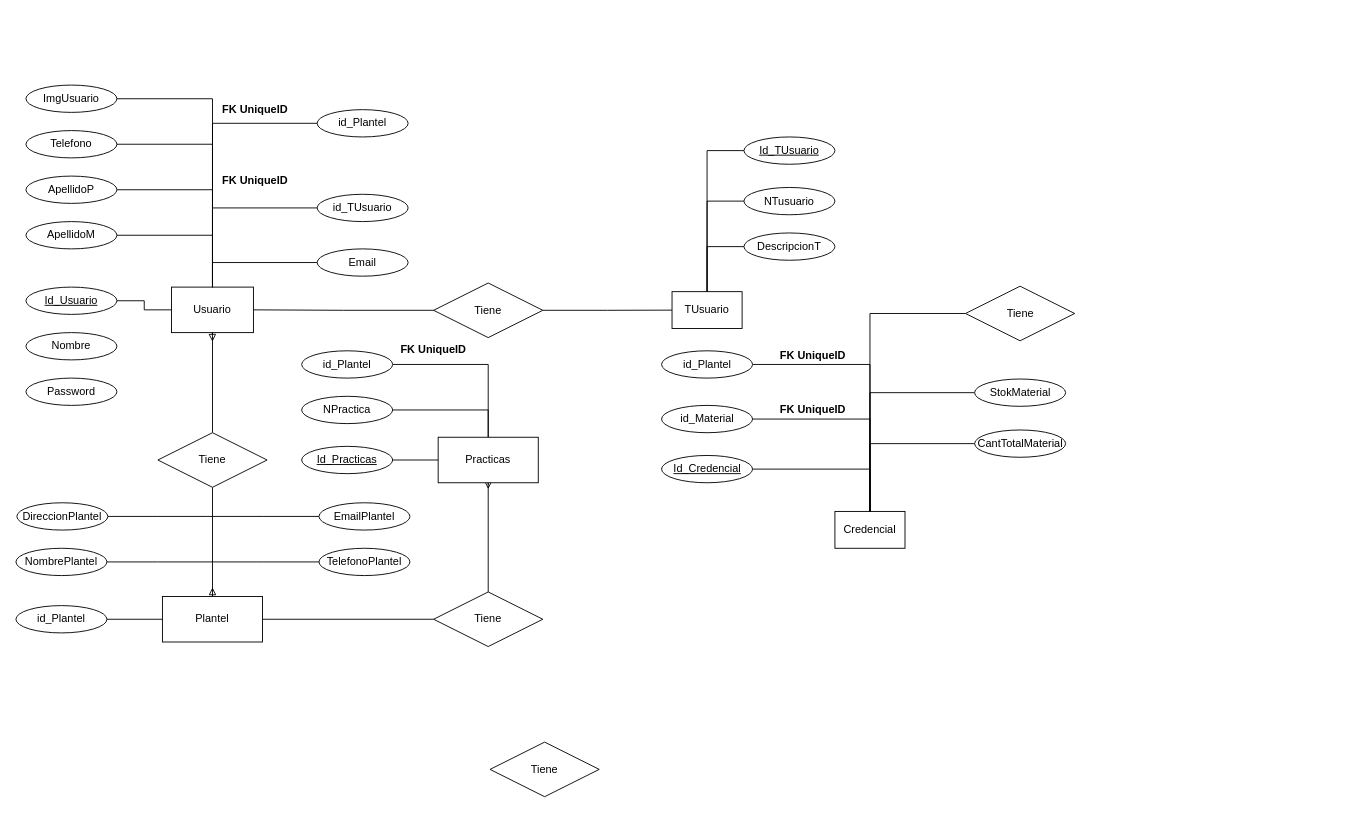
This is NewProyectoBD.drawio from edpedraza-epl/ProyectoDB, a draw.io file, before an edit. Source tidied: cells renumbered, new cells numbered last; positions are measured from the earlier drawing's top-left corner, leaving out a move shared by most shapes. Both pictures are drawn from the tidied source at 91%, with x=0, y=0 at pixel (15, 85).
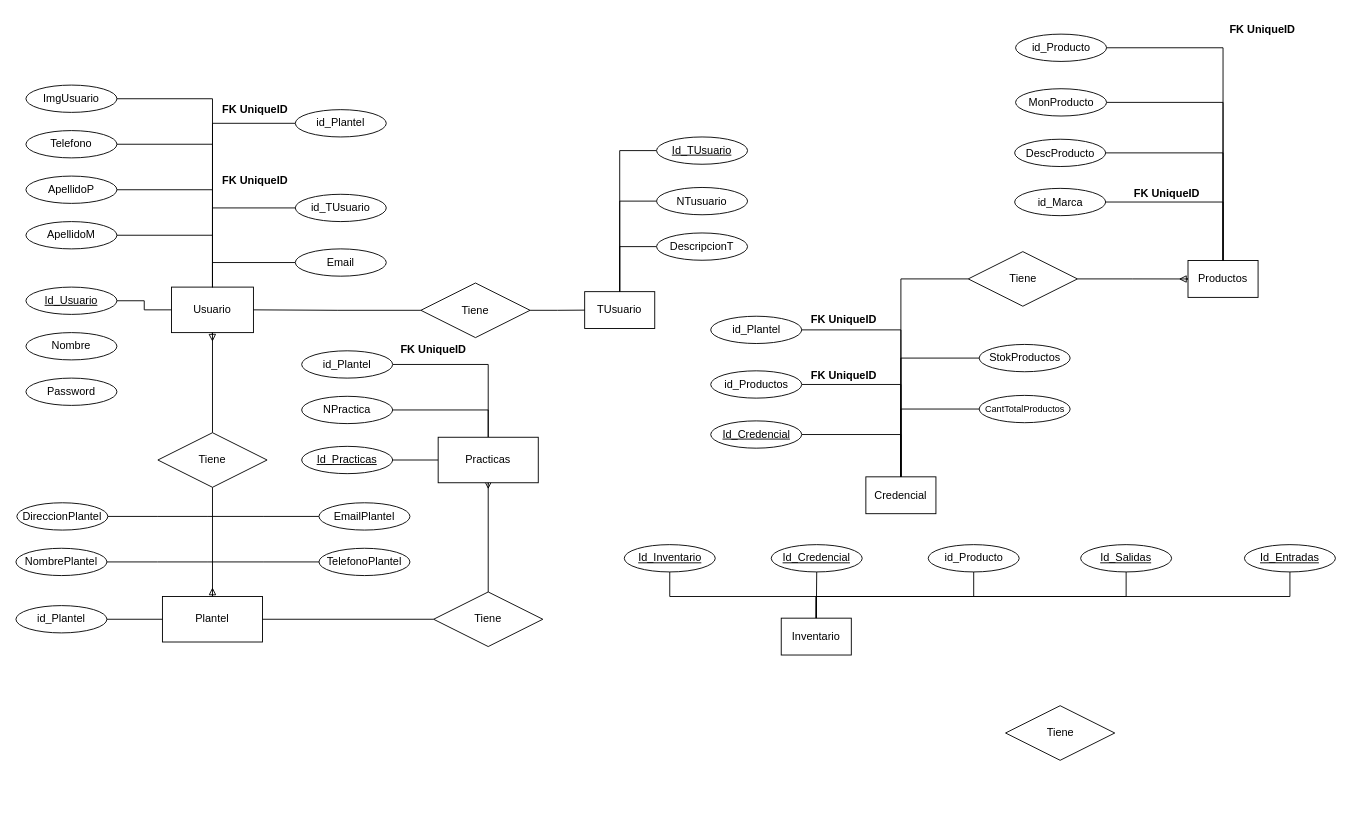
Above is the later version.

Change to the diagram source:
```diff
@@
     <mxCell id="17" value="Email" style="ellipse;whiteSpace=wrap;html=1;align=center;" parent="1" vertex="1">
-      <mxGeometry x="331" y="180" width="100" height="30" as="geometry" />
+      <mxGeometry x="307" y="180" width="100" height="30" as="geometry" />
     </mxCell>
     <mxCell id="18" value="TUsuario" style="whiteSpace=wrap;html=1;align=center;" parent="1" vertex="1">
-      <mxGeometry x="721" y="227" width="77" height="40.5" as="geometry" />
+      <mxGeometry x="625" y="227" width="77" height="40.5" as="geometry" />
     </mxCell>
@@
     <mxCell id="20" value="Id_TUsuario" style="ellipse;whiteSpace=wrap;html=1;align=center;fontStyle=4;" parent="1" vertex="1">
-      <mxGeometry x="800" y="57" width="100" height="30" as="geometry" />
+      <mxGeometry x="704" y="57" width="100" height="30" as="geometry" />
     </mxCell>
@@
     <mxCell id="22" value="NTusuario" style="ellipse;whiteSpace=wrap;html=1;align=center;" parent="1" vertex="1">
-      <mxGeometry x="800" y="112.5" width="100" height="30" as="geometry" />
+      <mxGeometry x="704" y="112.5" width="100" height="30" as="geometry" />
     </mxCell>
@@
     <mxCell id="24" value="DescripcionT" style="ellipse;whiteSpace=wrap;html=1;align=center;" parent="1" vertex="1">
-      <mxGeometry x="800" y="162.5" width="100" height="30" as="geometry" />
+      <mxGeometry x="704" y="162.5" width="100" height="30" as="geometry" />
     </mxCell>
@@
     <mxCell id="27" value="Tiene" style="shape=rhombus;perimeter=rhombusPerimeter;whiteSpace=wrap;html=1;align=center;" parent="1" vertex="1">
-      <mxGeometry x="459" y="217.5" width="120" height="60" as="geometry" />
+      <mxGeometry x="445" y="217.5" width="120" height="60" as="geometry" />
     </mxCell>
@@
     <mxCell id="50" value="id_Plantel" style="ellipse;whiteSpace=wrap;html=1;align=center;" parent="1" vertex="1">
-      <mxGeometry x="331" y="27" width="100" height="30" as="geometry" />
+      <mxGeometry x="307" y="27" width="100" height="30" as="geometry" />
     </mxCell>
@@
     <mxCell id="52" value="id_TUsuario" style="ellipse;whiteSpace=wrap;html=1;align=center;" parent="1" vertex="1">
-      <mxGeometry x="331" y="120" width="100" height="30" as="geometry" />
+      <mxGeometry x="307" y="120" width="100" height="30" as="geometry" />
     </mxCell>
@@
     <mxCell id="61" value="Tiene" style="shape=rhombus;perimeter=rhombusPerimeter;whiteSpace=wrap;html=1;align=center;" parent="1" vertex="1">
-      <mxGeometry x="521" y="722" width="120" height="60" as="geometry" />
+      <mxGeometry x="1087.5" y="682" width="120" height="60" as="geometry" />
     </mxCell>
     <mxCell id="62" value="Credencial" style="whiteSpace=wrap;html=1;align=center;" parent="1" vertex="1">
-      <mxGeometry x="900" y="468.5" width="77" height="40.5" as="geometry" />
+      <mxGeometry x="934" y="430.5" width="77" height="40.5" as="geometry" />
     </mxCell>
@@
     <mxCell id="64" value="id_Plantel" style="ellipse;whiteSpace=wrap;html=1;align=center;" parent="1" vertex="1">
-      <mxGeometry x="709.5" y="292" width="100" height="30" as="geometry" />
+      <mxGeometry x="763.5" y="254" width="100" height="30" as="geometry" />
     </mxCell>
@@
-    <mxCell id="66" value="id_Material" style="ellipse;whiteSpace=wrap;html=1;align=center;" parent="1" vertex="1">
-      <mxGeometry x="709.5" y="352" width="100" height="30" as="geometry" />
+    <mxCell id="66" value="id_Productos" style="ellipse;whiteSpace=wrap;html=1;align=center;" parent="1" vertex="1">
+      <mxGeometry x="763.5" y="314" width="100" height="30" as="geometry" />
     </mxCell>
@@
     <mxCell id="68" value="Id_Credencial" style="ellipse;whiteSpace=wrap;html=1;align=center;fontStyle=4;" parent="1" vertex="1">
-      <mxGeometry x="709.5" y="407" width="100" height="30" as="geometry" />
+      <mxGeometry x="763.5" y="369" width="100" height="30" as="geometry" />
     </mxCell>
     <mxCell id="69" value="&lt;b&gt;FK UniqueID&lt;/b&gt;" style="text;html=1;align=center;verticalAlign=middle;whiteSpace=wrap;rounded=0;" parent="1" vertex="1">
-      <mxGeometry x="831" y="282" width="90" height="30" as="geometry" />
+      <mxGeometry x="865" y="243" width="90" height="30" as="geometry" />
     </mxCell>
     <mxCell id="70" value="&lt;b&gt;FK UniqueID&lt;/b&gt;" style="text;html=1;align=center;verticalAlign=middle;whiteSpace=wrap;rounded=0;" parent="1" vertex="1">
-      <mxGeometry x="831" y="342" width="90" height="30" as="geometry" />
+      <mxGeometry x="865" y="304" width="90" height="30" as="geometry" />
     </mxCell>
@@
-    <mxCell id="72" value="StokMaterial" style="ellipse;whiteSpace=wrap;html=1;align=center;" parent="1" vertex="1">
-      <mxGeometry x="1053.5" y="323" width="100" height="30" as="geometry" />
+    <mxCell id="72" value="StokProductos" style="ellipse;whiteSpace=wrap;html=1;align=center;" parent="1" vertex="1">
+      <mxGeometry x="1058.5" y="285" width="100" height="30" as="geometry" />
     </mxCell>
@@
-    <mxCell id="74" value="CantTotalMaterial" style="ellipse;whiteSpace=wrap;html=1;align=center;" parent="1" vertex="1">
-      <mxGeometry x="1053.5" y="379" width="100" height="30" as="geometry" />
+    <mxCell id="74" value="CantTotalProductos" style="ellipse;whiteSpace=wrap;html=1;align=center;fontSize=10;" parent="1" vertex="1">
+      <mxGeometry x="1058.5" y="341" width="100" height="30" as="geometry" />
     </mxCell>
@@
+    <mxCell id="77" style="edgeStyle=orthogonalEdgeStyle;rounded=0;jettySize=auto;html=1;entryX=0;entryY=0.5;entryDx=0;entryDy=0;endArrow=none;startFill=0;" parent="1" edge="1" source="76" target="79">
+      <mxGeometry relative="1" as="geometry" />
+    </mxCell>
     <mxCell id="76" value="Tiene" style="shape=rhombus;perimeter=rhombusPerimeter;whiteSpace=wrap;html=1;align=center;" parent="1" vertex="1">
-      <mxGeometry x="1043.5" y="221" width="120" height="60" as="geometry" />
+      <mxGeometry x="1046.5" y="183" width="120" height="60" as="geometry" />
     </mxCell>
+    <mxCell id="78" style="edgeStyle=orthogonalEdgeStyle;rounded=0;orthogonalLoop=1;jettySize=auto;html=1;endArrow=block;endFill=0;" parent="1" edge="1">
+      <mxGeometry relative="1" as="geometry">
+        <mxPoint x="1299" y="213.1" as="sourcePoint" />
+        <mxPoint x="1278" y="213" as="targetPoint" />
+      </mxGeometry>
+    </mxCell>
+    <mxCell id="79" value="Productos" style="whiteSpace=wrap;html=1;align=center;" parent="1" vertex="1">
+      <mxGeometry x="1288" y="192.8" width="77" height="40.5" as="geometry" />
+    </mxCell>
+    <mxCell id="80" style="edgeStyle=orthogonalEdgeStyle;rounded=0;jettySize=auto;html=1;entryX=0.5;entryY=0;entryDx=0;entryDy=0;endArrow=none;startFill=0;" parent="1" edge="1" source="81" target="79">
+      <mxGeometry relative="1" as="geometry" />
+    </mxCell>
+    <mxCell id="81" value="id_Producto" style="ellipse;whiteSpace=wrap;html=1;align=center;" parent="1" vertex="1">
+      <mxGeometry x="1098.5" y="-56" width="100" height="30" as="geometry" />
+    </mxCell>
+    <mxCell id="82" style="edgeStyle=orthogonalEdgeStyle;rounded=0;jettySize=auto;html=1;endArrow=none;startFill=0;" parent="1" edge="1" source="83" target="79">
+      <mxGeometry relative="1" as="geometry" />
+    </mxCell>
+    <mxCell id="83" value="MonProducto" style="ellipse;whiteSpace=wrap;html=1;align=center;" parent="1" vertex="1">
+      <mxGeometry x="1098.5" y="4" width="100" height="30" as="geometry" />
+    </mxCell>
+    <mxCell id="84" value="&lt;b&gt;FK UniqueID&lt;/b&gt;" style="text;html=1;align=center;verticalAlign=middle;whiteSpace=wrap;rounded=0;" parent="1" vertex="1">
+      <mxGeometry x="1220" y="104.5" width="90" height="30" as="geometry" />
+    </mxCell>
+    <mxCell id="85" style="edgeStyle=orthogonalEdgeStyle;rounded=0;jettySize=auto;html=1;endArrow=none;startFill=0;" parent="1" edge="1" source="86" target="79">
+      <mxGeometry relative="1" as="geometry" />
+    </mxCell>
+    <mxCell id="86" value="DescProducto" style="ellipse;whiteSpace=wrap;html=1;align=center;" parent="1" vertex="1">
+      <mxGeometry x="1097.5" y="59.5" width="100" height="30" as="geometry" />
+    </mxCell>
+    <mxCell id="87" style="edgeStyle=orthogonalEdgeStyle;rounded=0;jettySize=auto;html=1;entryX=0.5;entryY=0;entryDx=0;entryDy=0;endArrow=none;startFill=0;" parent="1" edge="1" source="88" target="79">
+      <mxGeometry relative="1" as="geometry" />
+    </mxCell>
+    <mxCell id="88" value="id_Marca" style="ellipse;whiteSpace=wrap;html=1;align=center;" parent="1" vertex="1">
+      <mxGeometry x="1097.5" y="113.5" width="100" height="30" as="geometry" />
+    </mxCell>
+    <mxCell id="89" value="&lt;b&gt;FK UniqueID&lt;/b&gt;" style="text;html=1;align=center;verticalAlign=middle;whiteSpace=wrap;rounded=0;" parent="1" vertex="1">
+      <mxGeometry x="1325" y="-76" width="90" height="30" as="geometry" />
+    </mxCell>
+    <mxCell id="90" style="edgeStyle=orthogonalEdgeStyle;rounded=0;jettySize=auto;html=1;entryX=0.5;entryY=1;entryDx=0;entryDy=0;endArrow=none;startFill=0;" parent="1" edge="1" source="94" target="95">
+      <mxGeometry relative="1" as="geometry">
+        <Array as="points">
+          <mxPoint x="880" y="562" />
+          <mxPoint x="719" y="562" />
+        </Array>
+      </mxGeometry>
+    </mxCell>
+    <mxCell id="91" style="edgeStyle=orthogonalEdgeStyle;rounded=0;jettySize=auto;html=1;entryX=0.5;entryY=1;entryDx=0;entryDy=0;endArrow=none;startFill=0;" parent="1" edge="1" source="94" target="98">
+      <mxGeometry relative="1" as="geometry">
+        <Array as="points">
+          <mxPoint x="879" y="562" />
+          <mxPoint x="1053" y="562" />
+        </Array>
+      </mxGeometry>
+    </mxCell>
+    <mxCell id="92" style="edgeStyle=orthogonalEdgeStyle;rounded=0;jettySize=auto;html=1;entryX=0.5;entryY=1;entryDx=0;entryDy=0;endArrow=none;startFill=0;" parent="1" edge="1" source="94" target="99">
+      <mxGeometry relative="1" as="geometry">
+        <Array as="points">
+          <mxPoint x="880" y="562" />
+          <mxPoint x="1220" y="562" />
+        </Array>
+      </mxGeometry>
+    </mxCell>
+    <mxCell id="93" style="edgeStyle=orthogonalEdgeStyle;rounded=0;jettySize=auto;html=1;entryX=0.5;entryY=1;entryDx=0;entryDy=0;endArrow=none;startFill=0;" parent="1" edge="1" source="94" target="100">
+      <mxGeometry relative="1" as="geometry">
+        <Array as="points">
+          <mxPoint x="880" y="562" />
+          <mxPoint x="1400" y="562" />
+        </Array>
+      </mxGeometry>
+    </mxCell>
+    <mxCell id="94" value="Inventario" style="whiteSpace=wrap;html=1;align=center;" parent="1" vertex="1">
+      <mxGeometry x="841" y="585.8" width="77" height="40.5" as="geometry" />
+    </mxCell>
+    <mxCell id="95" value="Id_Inventario" style="ellipse;whiteSpace=wrap;html=1;align=center;fontStyle=4;" parent="1" vertex="1">
+      <mxGeometry x="668.5" y="505" width="100" height="30" as="geometry" />
+    </mxCell>
+    <mxCell id="96" style="edgeStyle=orthogonalEdgeStyle;rounded=0;jettySize=auto;html=1;endArrow=none;startFill=0;" parent="1" edge="1" source="97">
+      <mxGeometry relative="1" as="geometry">
+        <mxPoint x="879.5" y="585.8" as="targetPoint" />
+      </mxGeometry>
+    </mxCell>
+    <mxCell id="97" value="Id_Credencial" style="ellipse;whiteSpace=wrap;html=1;align=center;fontStyle=4;" parent="1" vertex="1">
+      <mxGeometry x="830" y="505" width="100" height="30" as="geometry" />
+    </mxCell>
+    <mxCell id="98" value="id_Producto" style="ellipse;whiteSpace=wrap;html=1;align=center;" parent="1" vertex="1">
+      <mxGeometry x="1002.5" y="505" width="100" height="30" as="geometry" />
+    </mxCell>
+    <mxCell id="99" value="Id_Salidas" style="ellipse;whiteSpace=wrap;html=1;align=center;fontStyle=4;" parent="1" vertex="1">
+      <mxGeometry x="1170" y="505" width="100" height="30" as="geometry" />
+    </mxCell>
+    <mxCell id="100" value="Id_Entradas" style="ellipse;whiteSpace=wrap;html=1;align=center;fontStyle=4;" parent="1" vertex="1">
+      <mxGeometry x="1350" y="505" width="100" height="30" as="geometry" />
+    </mxCell>
```
